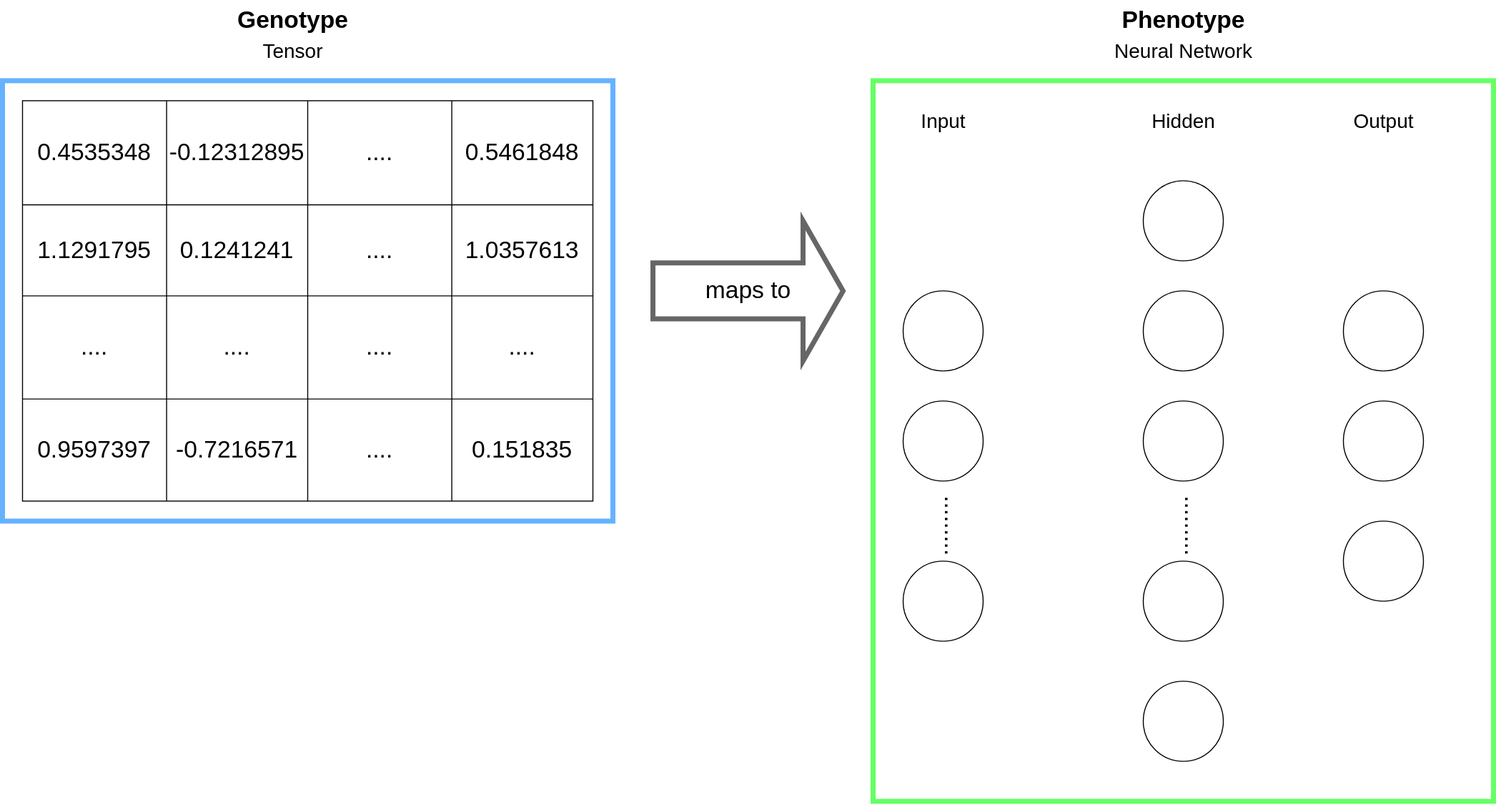
The draw.io diagram docs/genotype_to_phenotype.svg in jonasbarth/snakevolution, before a commit. Source tidied: cells renumbered, new cells last; positions are measured from the earlier drawing's top-left corner, leaving out a move shared by most shapes.
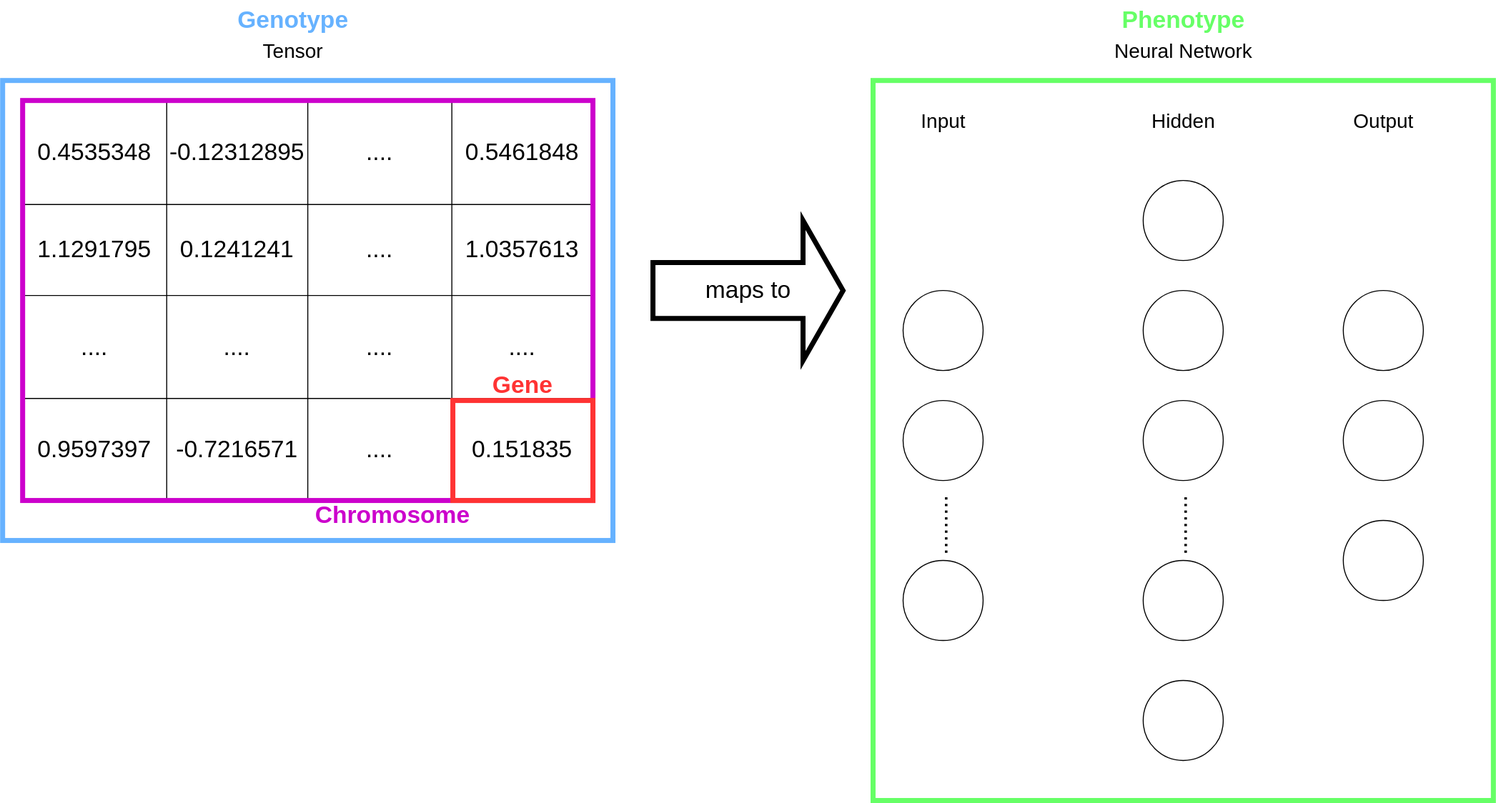
After the commit.

The edit, as a diff of the source:
```diff
@@ -108,15 +108,15 @@
       <mxGeometry x="429" width="141" height="102" as="geometry" />
     </mxCell>
     <mxCell id="37" style="rounded=0;whiteSpace=wrap;html=1;fontSize=24;fillColor=none;strokeWidth=5;strokeColor=#66B2FF;" parent="1" vertex="1">
-      <mxGeometry y="80" width="610" height="440" as="geometry" />
+      <mxGeometry y="80" width="610" height="460" as="geometry" />
     </mxCell>
-    <mxCell id="38" value="Genotype" style="text;strokeColor=none;fillColor=none;html=1;fontSize=24;fontStyle=1;verticalAlign=middle;align=center;fontColor=default;" parent="1" vertex="1">
+    <mxCell id="38" value="&lt;font color=&quot;#66b2ff&quot;&gt;Genotype&lt;/font&gt;" style="text;strokeColor=none;fillColor=none;html=1;fontSize=24;fontStyle=1;verticalAlign=middle;align=center;fontColor=default;" parent="1" vertex="1">
       <mxGeometry x="240" width="100" height="40" as="geometry" />
     </mxCell>
-    <mxCell id="39" value="Phenotype" style="text;strokeColor=none;fillColor=none;html=1;fontSize=24;fontStyle=1;verticalAlign=middle;align=center;fontColor=default;" parent="1" vertex="1">
+    <mxCell id="39" value="&lt;font color=&quot;#66ff66&quot;&gt;Phenotype&lt;/font&gt;" style="text;strokeColor=none;fillColor=none;html=1;fontSize=24;fontStyle=1;verticalAlign=middle;align=center;fontColor=default;" parent="1" vertex="1">
       <mxGeometry x="1130" width="100" height="40" as="geometry" />
     </mxCell>
-    <mxCell id="40" value="maps to" style="html=1;shadow=0;dashed=0;align=center;verticalAlign=middle;shape=mxgraph.arrows2.arrow;dy=0.6;dx=40;notch=0;fontSize=24;fontColor=default;strokeColor=#666666;strokeWidth=5;" parent="1" vertex="1">
+    <mxCell id="40" value="maps to" style="html=1;shadow=0;dashed=0;align=center;verticalAlign=middle;shape=mxgraph.arrows2.arrow;dy=0.6;dx=40;notch=0;fontSize=24;fontColor=default;strokeColor=#000000;strokeWidth=5;" parent="1" vertex="1">
       <mxGeometry x="650" y="220" width="190" height="140" as="geometry" />
     </mxCell>
     <mxCell id="41" value="&lt;font style=&quot;font-size: 20px ; font-weight: normal&quot;&gt;Tensor&lt;/font&gt;" style="text;strokeColor=none;fillColor=none;html=1;fontSize=24;fontStyle=1;verticalAlign=middle;align=center;fontColor=default;" parent="1" vertex="1">
@@ -134,5 +134,17 @@
     <mxCell id="45" value="&lt;font style=&quot;font-size: 20px ; font-weight: normal&quot;&gt;Output&lt;/font&gt;" style="text;strokeColor=none;fillColor=none;html=1;fontSize=24;fontStyle=1;verticalAlign=middle;align=center;fontColor=default;" parent="1" vertex="1">
       <mxGeometry x="1330" y="100" width="100" height="40" as="geometry" />
     </mxCell>
+    <mxCell id="46" style="rounded=0;whiteSpace=wrap;html=1;fontSize=24;fillColor=none;strokeWidth=5;strokeColor=#CC00CC;" parent="1" vertex="1">
+      <mxGeometry x="20" y="100" width="570" height="400" as="geometry" />
+    </mxCell>
+    <mxCell id="47" style="rounded=0;whiteSpace=wrap;html=1;fontSize=24;fillColor=none;strokeWidth=5;strokeColor=#FF3333;" parent="1" vertex="1">
+      <mxGeometry x="450" y="400" width="140" height="100" as="geometry" />
+    </mxCell>
+    <mxCell id="48" value="&lt;font color=&quot;#ff3333&quot;&gt;&lt;b&gt;Gene&lt;/b&gt;&lt;/font&gt;" style="text;html=1;strokeColor=none;fillColor=none;align=center;verticalAlign=middle;whiteSpace=wrap;rounded=0;fontSize=24;fontColor=default;" parent="1" vertex="1">
+      <mxGeometry x="490" y="370" width="60" height="30" as="geometry" />
+    </mxCell>
+    <mxCell id="49" value="&lt;b&gt;&lt;font color=&quot;#cc00cc&quot;&gt;Chromosome&lt;/font&gt;&lt;/b&gt;" style="text;html=1;strokeColor=none;fillColor=none;align=center;verticalAlign=middle;whiteSpace=wrap;rounded=0;fontSize=24;fontColor=default;" parent="1" vertex="1">
+      <mxGeometry x="360" y="500" width="60" height="30" as="geometry" />
+    </mxCell>
   </root>
 </mxGraphModel>
```
